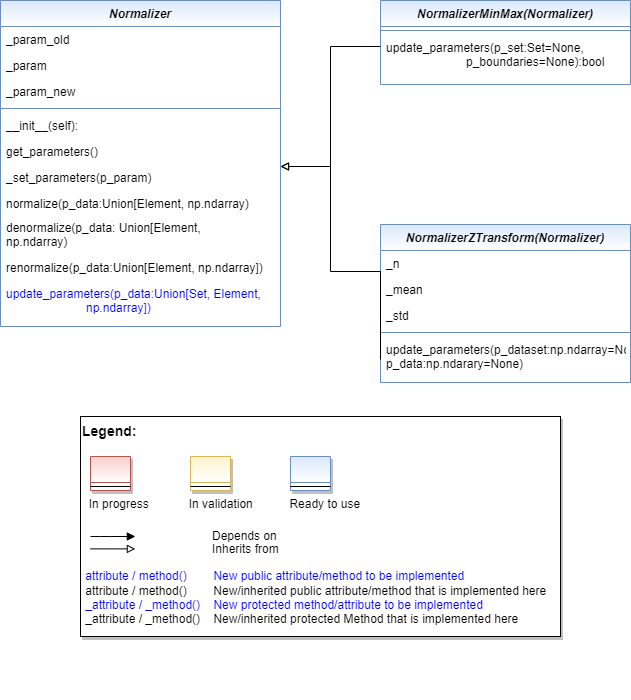
fhswf/MLPro keeps this draw.io diagram as doc/rtd/content/append2/core/images/bf/MLPro-BF-Math-Normalizers_class_diagram.drawio.png. Above is the earlier version. Source tidied: cells renumbered, new cells last; positions are measured from the earlier drawing's top-left corner, leaving out a move shared by most shapes.
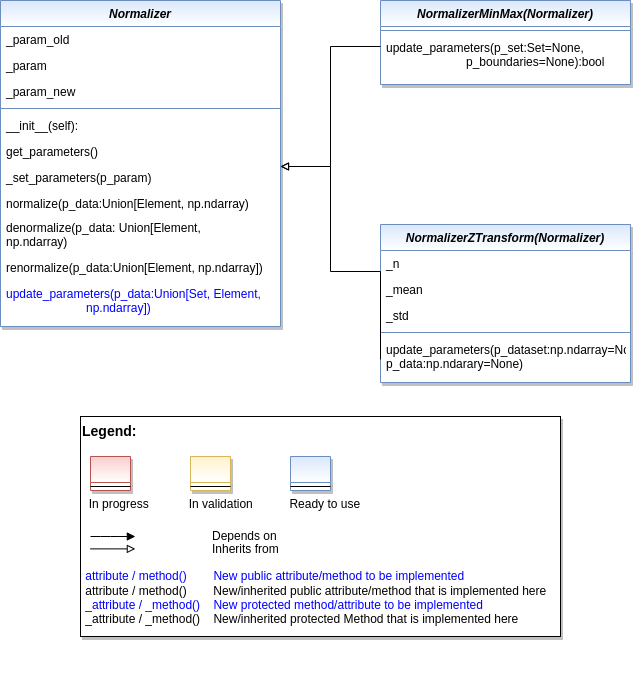
After the change.

Commit message:
Beatified the class diagram a bit

What changed in the source:
```diff
@@ -2,7 +2,7 @@
   <root>
     <mxCell id="0" />
     <mxCell id="1" parent="0" />
-    <mxCell id="2" value="Normalizer" style="swimlane;fontStyle=3;align=center;verticalAlign=top;horizontal=1;startSize=26;rounded=0;shadow=0;strokeWidth=1;fillColor=#dae8fc;strokeColor=#6c8ebf;gradientColor=#FFFFFF;" parent="1" vertex="1">
+    <mxCell id="2" value="Normalizer" style="swimlane;fontStyle=3;align=center;verticalAlign=top;horizontal=1;startSize=26;rounded=0;shadow=1;strokeWidth=1;fillColor=#dae8fc;strokeColor=#6c8ebf;gradientColor=#FFFFFF;swimlaneFillColor=#FFFFFF;" parent="1" vertex="1">
       <mxGeometry width="280" height="326" as="geometry" />
     </mxCell>
     <mxCell id="3" value="_param_old" style="text;align=left;verticalAlign=top;spacingLeft=4;spacingRight=4;overflow=hidden;rounded=0;shadow=0;html=0;" parent="2" vertex="1">
@@ -38,7 +38,7 @@
     <mxCell id="13" value="update_parameters(p_data:Union[Set, Element,                         np.ndarray])" style="text;align=left;verticalAlign=top;spacingLeft=4;spacingRight=4;overflow=hidden;fontColor=#0000FF;whiteSpace=wrap;" parent="2" vertex="1">
       <mxGeometry y="280" width="280" height="44" as="geometry" />
     </mxCell>
-    <mxCell id="14" value="NormalizerMinMax(Normalizer)" style="swimlane;fontStyle=3;align=center;verticalAlign=top;horizontal=1;startSize=26;rounded=0;shadow=0;strokeWidth=1;fillColor=#dae8fc;strokeColor=#6c8ebf;gradientColor=#FFFFFF;" parent="1" vertex="1">
+    <mxCell id="14" value="NormalizerMinMax(Normalizer)" style="swimlane;fontStyle=3;align=center;verticalAlign=top;horizontal=1;startSize=26;rounded=0;shadow=1;strokeWidth=1;fillColor=#dae8fc;strokeColor=#6c8ebf;gradientColor=#FFFFFF;swimlaneFillColor=#FFFFFF;" parent="1" vertex="1">
       <mxGeometry x="380" width="250" height="84" as="geometry" />
     </mxCell>
     <mxCell id="15" style="line;html=1;strokeWidth=1;align=left;verticalAlign=middle;spacingTop=-1;spacingLeft=3;spacingRight=3;labelPosition=right;fillColor=#dae8fc;strokeColor=#6c8ebf;" parent="14" vertex="1">
@@ -56,7 +56,7 @@
         </Array>
       </mxGeometry>
     </mxCell>
-    <mxCell id="18" value="NormalizerZTransform(Normalizer)" style="swimlane;fontStyle=3;align=center;verticalAlign=top;horizontal=1;startSize=26;rounded=0;shadow=0;strokeWidth=1;fillColor=#dae8fc;strokeColor=#6c8ebf;gradientColor=#FFFFFF;" parent="1" vertex="1">
+    <mxCell id="18" value="NormalizerZTransform(Normalizer)" style="swimlane;fontStyle=3;align=center;verticalAlign=top;horizontal=1;startSize=26;rounded=0;shadow=1;strokeWidth=1;fillColor=#dae8fc;strokeColor=#6c8ebf;gradientColor=#FFFFFF;swimlaneFillColor=#FFFFFF;" parent="1" vertex="1">
       <mxGeometry x="380" y="224" width="250" height="158" as="geometry" />
     </mxCell>
     <mxCell id="19" value="_n" style="text;align=left;verticalAlign=top;spacingLeft=4;spacingRight=4;overflow=hidden;rounded=0;shadow=0;html=0;" parent="18" vertex="1">
```
